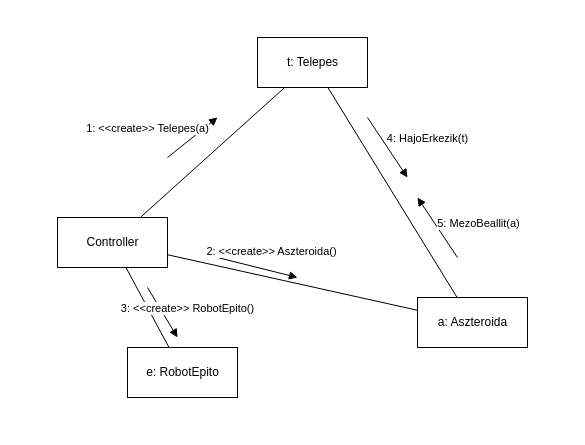
torpeBoiGo/aszteroidabanyaszat keeps this draw.io diagram as doc/kommunikacio/kom_TelepesRobototEpit.drawio. Above is the earlier version. Source tidied: cells renumbered, new cells numbered last; positions are measured from the earlier drawing's top-left corner, leaving out a move shared by most shapes. Both pictures are drawn from the tidied source at 100%, with x=0, y=0 at pixel (57, 37).
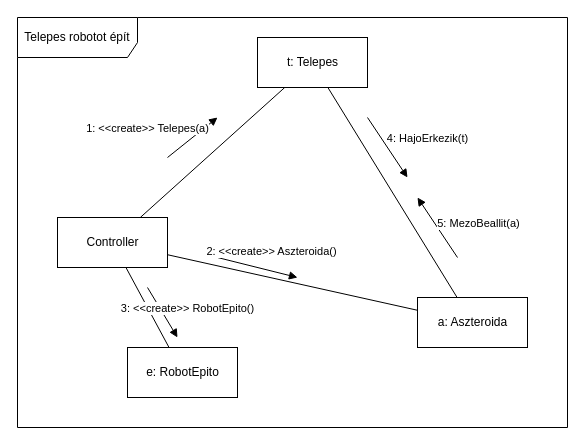
After the change.

Change to the diagram source:
```diff
@@
+    <mxCell id="15" value="Telepes robotot épít" style="shape=umlFrame;whiteSpace=wrap;html=1;width=120;height=40;" parent="1" vertex="1">
+      <mxGeometry x="-40" y="-20" width="550" height="410" as="geometry" />
+    </mxCell>
```
